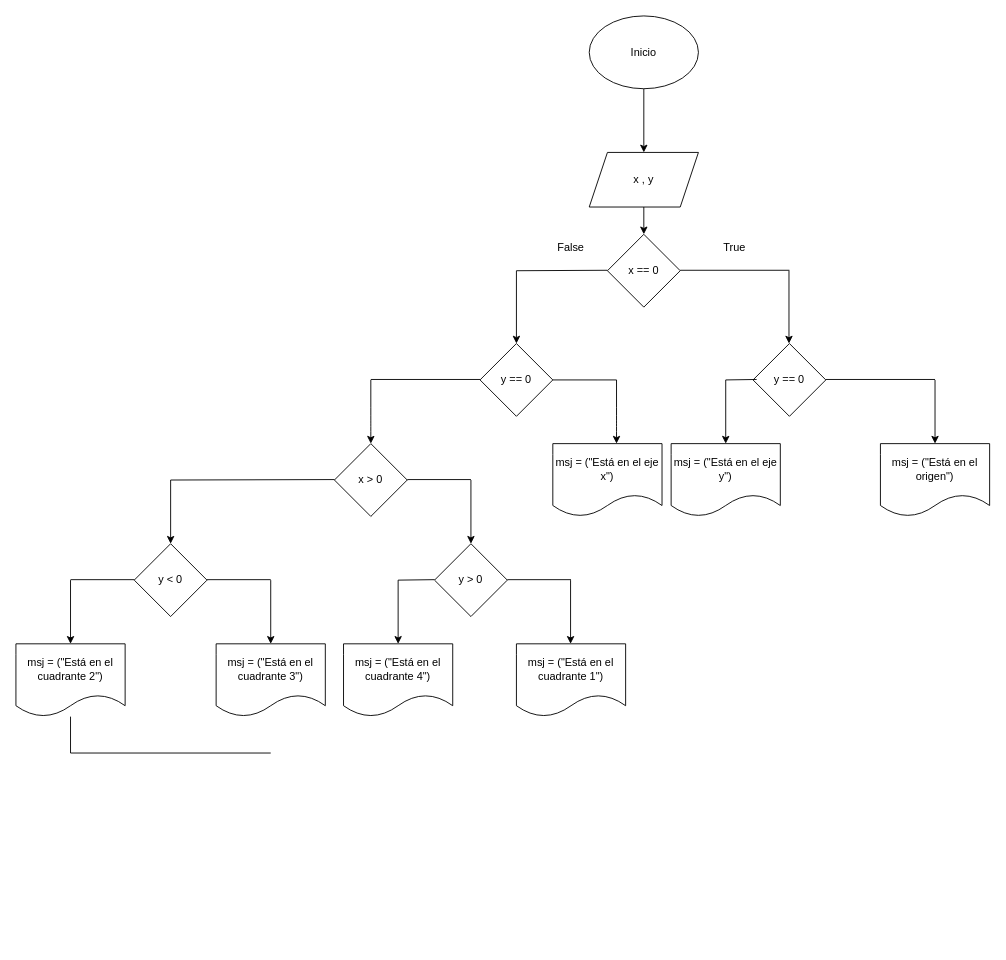
Before: ejercicio1/diagrama.drawio in andresgarcia108/taller_condicionales, a draw.io diagram. Source tidied: cells renumbered, new cells numbered last; positions are measured from the earlier drawing's top-left corner, leaving out a move shared by most shapes. Both pictures are drawn from the tidied source at 91%, with x=0, y=0 at pixel (15, 15).
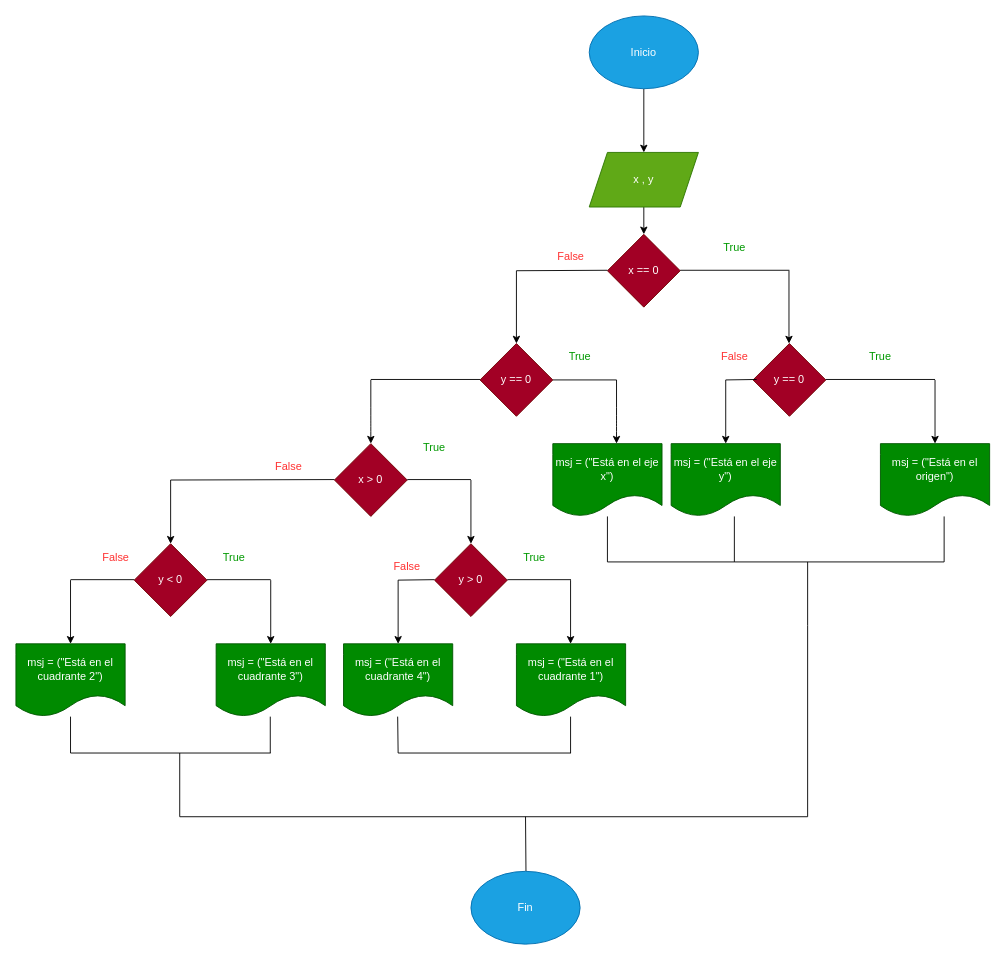
Above is the later version.

Commit message (it also covers changes not shown here):
Se actualizó el diagrama

The edit, as a diff of the source:
```diff
@@
-    <mxCell id="3" value="Inicio" style="ellipse;whiteSpace=wrap;html=1;" parent="1" vertex="1">
+    <mxCell id="3" value="Inicio" style="ellipse;whiteSpace=wrap;html=1;fillColor=#1ba1e2;fontColor=#ffffff;strokeColor=#006EAF;" parent="1" vertex="1">
       <mxGeometry x="630" width="120" height="80" as="geometry" />
     </mxCell>
@@
-    <mxCell id="5" value="x , y" style="shape=parallelogram;perimeter=parallelogramPerimeter;whiteSpace=wrap;html=1;fixedSize=1;" parent="1" vertex="1">
+    <mxCell id="5" value="x , y" style="shape=parallelogram;perimeter=parallelogramPerimeter;whiteSpace=wrap;html=1;fixedSize=1;fillColor=#60a917;fontColor=#ffffff;strokeColor=#2D7600;" parent="1" vertex="1">
       <mxGeometry x="630" y="150" width="120" height="60" as="geometry" />
     </mxCell>
-    <mxCell id="6" value="x == 0" style="rhombus;whiteSpace=wrap;html=1;" parent="1" vertex="1">
+    <mxCell id="6" value="x == 0" style="rhombus;whiteSpace=wrap;html=1;fillColor=#a20025;fontColor=#ffffff;strokeColor=#6F0000;" parent="1" vertex="1">
       <mxGeometry x="650" y="240" width="80" height="80" as="geometry" />
     </mxCell>
@@
-    <mxCell id="9" value="True" style="text;html=1;strokeColor=none;fillColor=none;align=center;verticalAlign=middle;whiteSpace=wrap;rounded=0;" parent="1" vertex="1">
+    <mxCell id="9" value="True" style="text;html=1;strokeColor=none;fillColor=none;align=center;verticalAlign=middle;whiteSpace=wrap;rounded=0;fontColor=#009900;glass=0;" parent="1" vertex="1">
       <mxGeometry x="760" y="240" width="60" height="30" as="geometry" />
     </mxCell>
-    <mxCell id="10" value="False" style="text;html=1;strokeColor=none;fillColor=none;align=center;verticalAlign=middle;whiteSpace=wrap;rounded=0;" parent="1" vertex="1">
-      <mxGeometry x="580" y="240" width="60" height="30" as="geometry" />
-    </mxCell>
@@
-    <mxCell id="12" value="y == 0" style="rhombus;whiteSpace=wrap;html=1;" parent="1" vertex="1">
+    <mxCell id="12" value="y == 0" style="rhombus;whiteSpace=wrap;html=1;fillColor=#a20025;fontColor=#ffffff;strokeColor=#6F0000;" parent="1" vertex="1">
       <mxGeometry x="810" y="360" width="80" height="80" as="geometry" />
     </mxCell>
@@
-    <mxCell id="15" value="msj = (&quot;Está en el origen&quot;)" style="shape=document;whiteSpace=wrap;html=1;boundedLbl=1;" parent="1" vertex="1">
+    <mxCell id="15" value="msj = (&quot;Está en el origen&quot;)" style="shape=document;whiteSpace=wrap;html=1;boundedLbl=1;fillColor=#008a00;fontColor=#ffffff;strokeColor=#005700;" parent="1" vertex="1">
       <mxGeometry x="950" y="470" width="120" height="80" as="geometry" />
     </mxCell>
@@
-    <mxCell id="18" value="msj = (&quot;Está en el eje y&quot;)" style="shape=document;whiteSpace=wrap;html=1;boundedLbl=1;" parent="1" vertex="1">
+    <mxCell id="18" value="msj = (&quot;Está en el eje y&quot;)" style="shape=document;whiteSpace=wrap;html=1;boundedLbl=1;fillColor=#008a00;fontColor=#ffffff;strokeColor=#005700;" parent="1" vertex="1">
       <mxGeometry x="720" y="470" width="120" height="80" as="geometry" />
     </mxCell>
-    <mxCell id="19" value="y == 0" style="rhombus;whiteSpace=wrap;html=1;" parent="1" vertex="1">
+    <mxCell id="19" value="y == 0" style="rhombus;whiteSpace=wrap;html=1;fillColor=#a20025;fontColor=#ffffff;strokeColor=#6F0000;" parent="1" vertex="1">
       <mxGeometry x="510" y="360" width="80" height="80" as="geometry" />
     </mxCell>
@@
-    <mxCell id="23" value="msj = (&quot;Está en el eje x&quot;)" style="shape=document;whiteSpace=wrap;html=1;boundedLbl=1;" parent="1" vertex="1">
+    <mxCell id="23" value="msj = (&quot;Está en el eje x&quot;)" style="shape=document;whiteSpace=wrap;html=1;boundedLbl=1;fillColor=#008a00;fontColor=#ffffff;strokeColor=#005700;" parent="1" vertex="1">
       <mxGeometry x="590" y="470" width="120" height="80" as="geometry" />
     </mxCell>
@@
-    <mxCell id="26" value="x &amp;gt; 0" style="rhombus;whiteSpace=wrap;html=1;" parent="1" vertex="1">
+    <mxCell id="26" value="x &amp;gt; 0" style="rhombus;whiteSpace=wrap;html=1;fillColor=#a20025;fontColor=#ffffff;strokeColor=#6F0000;" parent="1" vertex="1">
       <mxGeometry x="350" y="470" width="80" height="80" as="geometry" />
     </mxCell>
@@
-    <mxCell id="29" value="y &amp;gt; 0" style="rhombus;whiteSpace=wrap;html=1;" parent="1" vertex="1">
+    <mxCell id="29" value="y &amp;gt; 0" style="rhombus;whiteSpace=wrap;html=1;fillColor=#a20025;fontColor=#ffffff;strokeColor=#6F0000;" parent="1" vertex="1">
       <mxGeometry x="460" y="580" width="80" height="80" as="geometry" />
     </mxCell>
@@
-    <mxCell id="31" value="msj = (&quot;Está en el cuadrante 1&quot;)" style="shape=document;whiteSpace=wrap;html=1;boundedLbl=1;" parent="1" vertex="1">
+    <mxCell id="31" value="msj = (&quot;Está en el cuadrante 1&quot;)" style="shape=document;whiteSpace=wrap;html=1;boundedLbl=1;fillColor=#008a00;fontColor=#ffffff;strokeColor=#005700;" parent="1" vertex="1">
       <mxGeometry x="550" y="690" width="120" height="80" as="geometry" />
     </mxCell>
@@
-    <mxCell id="35" value="msj = (&quot;Está en el cuadrante 4&quot;)" style="shape=document;whiteSpace=wrap;html=1;boundedLbl=1;" parent="1" vertex="1">
+    <mxCell id="35" value="msj = (&quot;Está en el cuadrante 4&quot;)" style="shape=document;whiteSpace=wrap;html=1;boundedLbl=1;fillColor=#008a00;fontColor=#ffffff;strokeColor=#005700;" parent="1" vertex="1">
       <mxGeometry x="360" y="690" width="120" height="80" as="geometry" />
     </mxCell>
@@
-    <mxCell id="38" value="y &amp;lt; 0" style="rhombus;whiteSpace=wrap;html=1;" parent="1" vertex="1">
+    <mxCell id="38" value="y &amp;lt; 0" style="rhombus;whiteSpace=wrap;html=1;fillColor=#a20025;fontColor=#ffffff;strokeColor=#6F0000;" parent="1" vertex="1">
       <mxGeometry x="130" y="580" width="80" height="80" as="geometry" />
     </mxCell>
@@
-    <mxCell id="41" value="msj = (&quot;Está en el cuadrante 3&quot;)" style="shape=document;whiteSpace=wrap;html=1;boundedLbl=1;" parent="1" vertex="1">
+    <mxCell id="41" value="msj = (&quot;Está en el cuadrante 3&quot;)" style="shape=document;whiteSpace=wrap;html=1;boundedLbl=1;fillColor=#008a00;fontColor=#ffffff;strokeColor=#005700;" parent="1" vertex="1">
       <mxGeometry x="220" y="690" width="120" height="80" as="geometry" />
     </mxCell>
@@
-    <mxCell id="44" value="msj = (&quot;Está en el cuadrante 2&quot;)" style="shape=document;whiteSpace=wrap;html=1;boundedLbl=1;" parent="1" vertex="1">
+    <mxCell id="44" value="msj = (&quot;Está en el cuadrante 2&quot;)" style="shape=document;whiteSpace=wrap;html=1;boundedLbl=1;fillColor=#008a00;fontColor=#ffffff;strokeColor=#005700;" parent="1" vertex="1">
       <mxGeometry y="690" width="120" height="80" as="geometry" />
     </mxCell>
@@
+    <mxCell id="47" style="endArrow=none;html=1;" parent="1" edge="1">
+      <mxGeometry relative="1" as="geometry">
+        <mxPoint x="279.5" y="770" as="sourcePoint" />
+        <mxPoint x="279.5" y="810" as="targetPoint" />
+      </mxGeometry>
+    </mxCell>
+    <mxCell id="48" style="endArrow=none;html=1;" parent="1" edge="1">
+      <mxGeometry relative="1" as="geometry">
+        <mxPoint x="419.5" y="770" as="sourcePoint" />
+        <mxPoint x="420" y="810" as="targetPoint" />
+      </mxGeometry>
+    </mxCell>
+    <mxCell id="49" style="endArrow=none;html=1;" parent="1" edge="1">
+      <mxGeometry relative="1" as="geometry">
+        <mxPoint x="609.5" y="770" as="sourcePoint" />
+        <mxPoint x="609.5" y="810" as="targetPoint" />
+      </mxGeometry>
+    </mxCell>
+    <mxCell id="50" style="endArrow=none;html=1;" parent="1" edge="1">
+      <mxGeometry relative="1" as="geometry">
+        <mxPoint x="420" y="810" as="sourcePoint" />
+        <mxPoint x="610" y="810" as="targetPoint" />
+      </mxGeometry>
+    </mxCell>
+    <mxCell id="51" style="endArrow=none;html=1;" parent="1" edge="1" target="23">
+      <mxGeometry relative="1" as="geometry">
+        <mxPoint x="650" y="600" as="sourcePoint" />
+      </mxGeometry>
+    </mxCell>
+    <mxCell id="52" style="endArrow=none;html=1;" parent="1" edge="1">
+      <mxGeometry relative="1" as="geometry">
+        <mxPoint x="650" y="600" as="sourcePoint" />
+        <mxPoint x="790" y="600" as="targetPoint" />
+      </mxGeometry>
+    </mxCell>
+    <mxCell id="53" style="endArrow=none;html=1;" parent="1" edge="1">
+      <mxGeometry relative="1" as="geometry">
+        <mxPoint x="789.5" y="600" as="sourcePoint" />
+        <mxPoint x="789.5" y="550" as="targetPoint" />
+      </mxGeometry>
+    </mxCell>
+    <mxCell id="54" style="endArrow=none;html=1;" parent="1" edge="1">
+      <mxGeometry relative="1" as="geometry">
+        <mxPoint x="790" y="600" as="sourcePoint" />
+        <mxPoint x="1020" y="600" as="targetPoint" />
+      </mxGeometry>
+    </mxCell>
+    <mxCell id="55" style="endArrow=none;html=1;" parent="1" edge="1">
+      <mxGeometry relative="1" as="geometry">
+        <mxPoint x="1020" y="600" as="sourcePoint" />
+        <mxPoint x="1020" y="550" as="targetPoint" />
+      </mxGeometry>
+    </mxCell>
+    <mxCell id="56" style="endArrow=none;html=1;" parent="1" edge="1">
+      <mxGeometry relative="1" as="geometry">
+        <mxPoint x="180" y="880" as="sourcePoint" />
+        <mxPoint x="180" y="810" as="targetPoint" />
+      </mxGeometry>
+    </mxCell>
+    <mxCell id="57" style="endArrow=none;html=1;" parent="1" edge="1">
+      <mxGeometry relative="1" as="geometry">
+        <mxPoint x="870" y="670" as="sourcePoint" />
+        <mxPoint x="870" y="600" as="targetPoint" />
+      </mxGeometry>
+    </mxCell>
+    <mxCell id="58" style="endArrow=none;html=1;" parent="1" edge="1">
+      <mxGeometry relative="1" as="geometry">
+        <mxPoint x="870" y="880" as="sourcePoint" />
+        <mxPoint x="870" y="670" as="targetPoint" />
+      </mxGeometry>
+    </mxCell>
+    <mxCell id="59" style="endArrow=none;html=1;" parent="1" edge="1">
+      <mxGeometry relative="1" as="geometry">
+        <mxPoint x="180" y="880" as="sourcePoint" />
+        <mxPoint x="870" y="880" as="targetPoint" />
+      </mxGeometry>
+    </mxCell>
+    <mxCell id="60" style="endArrow=none;html=1;" parent="1" edge="1">
+      <mxGeometry relative="1" as="geometry">
+        <mxPoint x="560" y="880" as="sourcePoint" />
+        <mxPoint x="560.5" y="940" as="targetPoint" />
+      </mxGeometry>
+    </mxCell>
+    <mxCell id="61" value="Fin" style="ellipse;whiteSpace=wrap;html=1;fillColor=#1ba1e2;fontColor=#ffffff;strokeColor=#006EAF;" parent="1" vertex="1">
+      <mxGeometry x="500" y="940" width="120" height="80" as="geometry" />
+    </mxCell>
+    <mxCell id="62" value="True" style="text;html=1;strokeColor=none;fillColor=none;align=center;verticalAlign=middle;whiteSpace=wrap;rounded=0;fontColor=#009900;glass=0;" parent="1" vertex="1">
+      <mxGeometry x="920" y="360" width="60" height="30" as="geometry" />
+    </mxCell>
+    <mxCell id="63" value="True" style="text;html=1;strokeColor=none;fillColor=none;align=center;verticalAlign=middle;whiteSpace=wrap;rounded=0;fontColor=#009900;glass=0;" parent="1" vertex="1">
+      <mxGeometry x="590" y="360" width="60" height="30" as="geometry" />
+    </mxCell>
+    <mxCell id="64" value="True" style="text;html=1;strokeColor=none;fillColor=none;align=center;verticalAlign=middle;whiteSpace=wrap;rounded=0;fontColor=#009900;glass=0;" parent="1" vertex="1">
+      <mxGeometry x="430" y="460" width="60" height="30" as="geometry" />
+    </mxCell>
+    <mxCell id="65" value="True" style="text;html=1;strokeColor=none;fillColor=none;align=center;verticalAlign=middle;whiteSpace=wrap;rounded=0;fontColor=#009900;glass=0;" parent="1" vertex="1">
+      <mxGeometry x="540" y="580" width="60" height="30" as="geometry" />
+    </mxCell>
+    <mxCell id="66" value="True" style="text;html=1;strokeColor=none;fillColor=none;align=center;verticalAlign=middle;whiteSpace=wrap;rounded=0;fontColor=#009900;glass=0;" parent="1" vertex="1">
+      <mxGeometry x="210" y="580" width="60" height="30" as="geometry" />
+    </mxCell>
+    <mxCell id="67" value="False" style="text;html=1;strokeColor=none;fillColor=none;align=center;verticalAlign=middle;whiteSpace=wrap;rounded=0;glass=0;fontColor=#FF3333;" parent="1" vertex="1">
+      <mxGeometry x="80" y="580" width="60" height="30" as="geometry" />
+    </mxCell>
+    <mxCell id="68" value="False" style="text;html=1;strokeColor=none;fillColor=none;align=center;verticalAlign=middle;whiteSpace=wrap;rounded=0;glass=0;fontColor=#FF3333;" parent="1" vertex="1">
+      <mxGeometry x="270" y="480" width="60" height="30" as="geometry" />
+    </mxCell>
+    <mxCell id="69" value="False" style="text;html=1;strokeColor=none;fillColor=none;align=center;verticalAlign=middle;whiteSpace=wrap;rounded=0;glass=0;fontColor=#FF3333;" parent="1" vertex="1">
+      <mxGeometry x="400" y="590" width="60" height="30" as="geometry" />
+    </mxCell>
+    <mxCell id="70" value="False" style="text;html=1;strokeColor=none;fillColor=none;align=center;verticalAlign=middle;whiteSpace=wrap;rounded=0;glass=0;fontColor=#FF3333;" parent="1" vertex="1">
+      <mxGeometry x="580" y="250" width="60" height="30" as="geometry" />
+    </mxCell>
+    <mxCell id="71" value="False" style="text;html=1;strokeColor=none;fillColor=none;align=center;verticalAlign=middle;whiteSpace=wrap;rounded=0;glass=0;fontColor=#FF3333;" parent="1" vertex="1">
+      <mxGeometry x="760" y="360" width="60" height="30" as="geometry" />
+    </mxCell>
```
